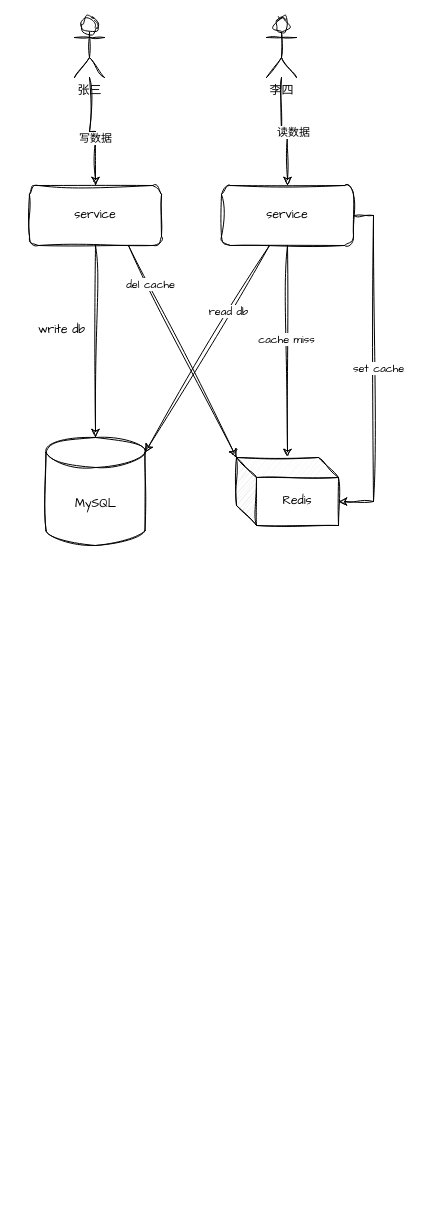
Above: page "第 1 页" (1 of 2) of draw/draw/Redis和MySQL双写一致性.drawio in Rodert/javapub_oss (draw.io), before the change. Source tidied: cells renumbered, new cells numbered last; positions are measured from the earlier drawing's top-left corner, leaving out a move shared by most shapes. Both pictures are drawn from the tidied source at 100%, with x=0, y=0 at pixel (25, 17).
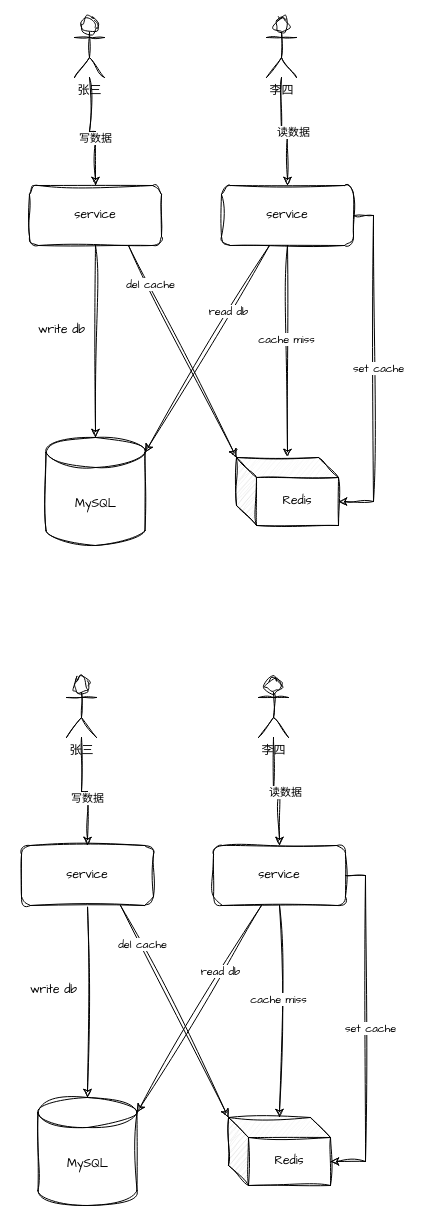
The same page after the edit.

Diff of the diagram source:
```diff
@@
+    <mxCell id="22" style="edgeStyle=orthogonalEdgeStyle;rounded=0;sketch=1;hachureGap=4;jiggle=2;curveFitting=1;jettySize=auto;html=1;fontFamily=Architects Daughter;" parent="1" edge="1" source="23" target="35">
+      <mxGeometry relative="1" as="geometry" />
+    </mxCell>
+    <mxCell id="23" value="service" style="rounded=1;whiteSpace=wrap;html=1;sketch=1;hachureGap=4;jiggle=2;curveFitting=1;fontFamily=Architects Daughter;" parent="1" vertex="1">
+      <mxGeometry x="-4" y="828" width="132" height="60" as="geometry" />
+    </mxCell>
+    <mxCell id="24" style="edgeStyle=orthogonalEdgeStyle;rounded=0;sketch=1;hachureGap=4;jiggle=2;curveFitting=1;jettySize=auto;html=1;fontFamily=Architects Daughter;" parent="1" edge="1" source="28" target="36">
+      <mxGeometry relative="1" as="geometry" />
+    </mxCell>
+    <mxCell id="25" value="cache miss" style="edgeLabel;html=1;align=center;verticalAlign=middle;sketch=1;hachureGap=4;jiggle=2;curveFitting=1;fontFamily=Architects Daughter;" parent="24" vertex="1">
+      <mxGeometry x="-0.12" y="-2" relative="1" as="geometry" />
+    </mxCell>
+    <mxCell id="26" style="edgeStyle=orthogonalEdgeStyle;rounded=0;sketch=1;hachureGap=4;jiggle=2;curveFitting=1;jettySize=auto;html=1;fontFamily=Architects Daughter;entryX=0;entryY=0;entryDx=102;entryDy=44;entryPerimeter=0;exitX=1;exitY=0.5;exitDx=0;exitDy=0;" parent="1" edge="1" source="28" target="36">
+      <mxGeometry relative="1" as="geometry" />
+    </mxCell>
+    <mxCell id="27" value="set cache" style="edgeLabel;html=1;align=center;verticalAlign=middle;sketch=1;hachureGap=4;jiggle=2;curveFitting=1;fontFamily=Architects Daughter;" parent="26" vertex="1">
+      <mxGeometry x="0.01" y="4" relative="1" as="geometry" />
+    </mxCell>
+    <mxCell id="28" value="service" style="rounded=1;whiteSpace=wrap;html=1;sketch=1;hachureGap=4;jiggle=2;curveFitting=1;fontFamily=Architects Daughter;" parent="1" vertex="1">
+      <mxGeometry x="188" y="828" width="132" height="60" as="geometry" />
+    </mxCell>
+    <mxCell id="29" style="edgeStyle=orthogonalEdgeStyle;rounded=0;sketch=1;hachureGap=4;jiggle=2;curveFitting=1;jettySize=auto;html=1;fontFamily=Architects Daughter;" parent="1" edge="1" source="31" target="23">
+      <mxGeometry relative="1" as="geometry" />
+    </mxCell>
+    <mxCell id="30" value="写数据" style="edgeLabel;html=1;align=center;verticalAlign=middle;sketch=1;hachureGap=4;jiggle=2;curveFitting=1;fontFamily=Architects Daughter;" parent="29" vertex="1">
+      <mxGeometry x="0.15" y="-1" relative="1" as="geometry" />
+    </mxCell>
+    <mxCell id="31" value="张三" style="shape=umlActor;verticalLabelPosition=bottom;verticalAlign=top;html=1;outlineConnect=0;sketch=1;hachureGap=4;jiggle=2;curveFitting=1;fontFamily=Architects Daughter;" parent="1" vertex="1">
+      <mxGeometry x="41" y="660" width="30" height="60" as="geometry" />
+    </mxCell>
+    <mxCell id="32" style="edgeStyle=orthogonalEdgeStyle;rounded=0;sketch=1;hachureGap=4;jiggle=2;curveFitting=1;jettySize=auto;html=1;entryX=0.5;entryY=0;entryDx=0;entryDy=0;fontFamily=Architects Daughter;" parent="1" edge="1" source="34" target="28">
+      <mxGeometry relative="1" as="geometry" />
+    </mxCell>
+    <mxCell id="33" value="读数据" style="edgeLabel;html=1;align=center;verticalAlign=middle;sketch=1;hachureGap=4;jiggle=2;curveFitting=1;fontFamily=Architects Daughter;" parent="32" vertex="1">
+      <mxGeometry x="0.06" y="5" relative="1" as="geometry" />
+    </mxCell>
+    <mxCell id="34" value="李四" style="shape=umlActor;verticalLabelPosition=bottom;verticalAlign=top;html=1;outlineConnect=0;sketch=1;hachureGap=4;jiggle=2;curveFitting=1;fontFamily=Architects Daughter;" parent="1" vertex="1">
+      <mxGeometry x="233" y="660" width="30" height="60" as="geometry" />
+    </mxCell>
+    <mxCell id="35" value="MySQL" style="shape=cylinder3;whiteSpace=wrap;html=1;boundedLbl=1;backgroundOutline=1;size=15;sketch=1;hachureGap=4;jiggle=2;curveFitting=1;fontFamily=Architects Daughter;" parent="1" vertex="1">
+      <mxGeometry x="12.5" y="1080" width="99" height="108" as="geometry" />
+    </mxCell>
+    <mxCell id="36" value="Redis" style="shape=cube;whiteSpace=wrap;html=1;boundedLbl=1;backgroundOutline=1;darkOpacity=0.05;darkOpacity2=0.1;sketch=1;hachureGap=4;jiggle=2;curveFitting=1;fontFamily=Architects Daughter;" parent="1" vertex="1">
+      <mxGeometry x="203" y="1100" width="102" height="68" as="geometry" />
+    </mxCell>
+    <mxCell id="37" style="rounded=0;sketch=1;hachureGap=4;jiggle=2;curveFitting=1;jettySize=auto;html=1;entryX=1;entryY=0;entryDx=0;entryDy=15;entryPerimeter=0;fontFamily=Architects Daughter;" parent="1" edge="1" source="28" target="35">
+      <mxGeometry relative="1" as="geometry" />
+    </mxCell>
+    <mxCell id="38" value="read db" style="edgeLabel;html=1;align=center;verticalAlign=middle;sketch=1;hachureGap=4;jiggle=2;curveFitting=1;fontFamily=Architects Daughter;" parent="37" vertex="1">
+      <mxGeometry x="-0.35" y="-2" relative="1" as="geometry" />
+    </mxCell>
+    <mxCell id="39" style="rounded=0;sketch=1;hachureGap=4;jiggle=2;curveFitting=1;jettySize=auto;html=1;exitX=0.75;exitY=1;exitDx=0;exitDy=0;entryX=0;entryY=0;entryDx=0;entryDy=0;entryPerimeter=0;fontFamily=Architects Daughter;" parent="1" edge="1" source="23" target="36">
+      <mxGeometry relative="1" as="geometry" />
+    </mxCell>
+    <mxCell id="40" value="del cache" style="edgeLabel;html=1;align=center;verticalAlign=middle;sketch=1;hachureGap=4;jiggle=2;curveFitting=1;fontFamily=Architects Daughter;" parent="39" vertex="1">
+      <mxGeometry x="-0.63" y="2" relative="1" as="geometry" />
+    </mxCell>
+    <mxCell id="41" value="write db" style="text;html=1;align=center;verticalAlign=middle;strokeColor=none;fillColor=none;fontFamily=Architects Daughter;" parent="1" vertex="1">
+      <mxGeometry x="-8" y="961" width="72" height="24" as="geometry" />
+    </mxCell>
```
